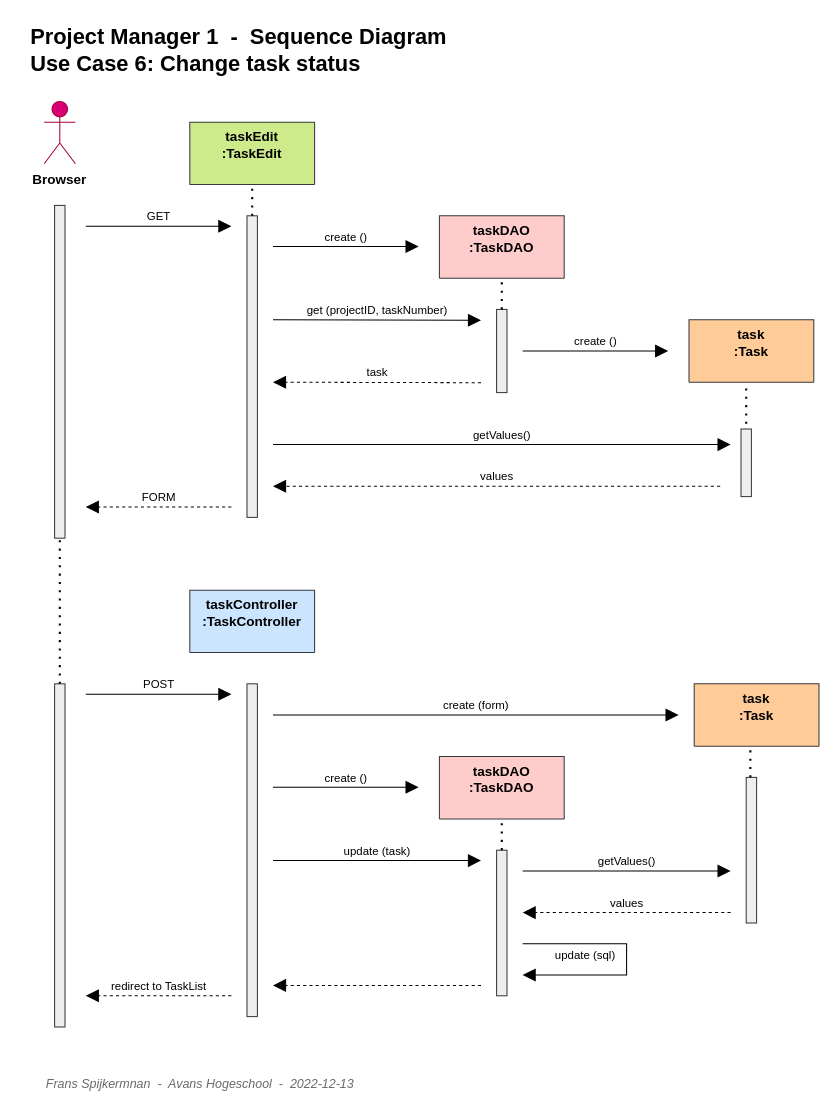
spijkerbak/project-manager-1 keeps this draw.io diagram as doc/Sequence_Diagram_6.drawio. Above is the earlier version. Source tidied: cells renumbered, new cells numbered last; positions are measured from the earlier drawing's top-left corner, leaving out a move shared by most shapes. Both pictures are drawn from the tidied source at 104%, with x=0, y=0 at pixel (28, 18).
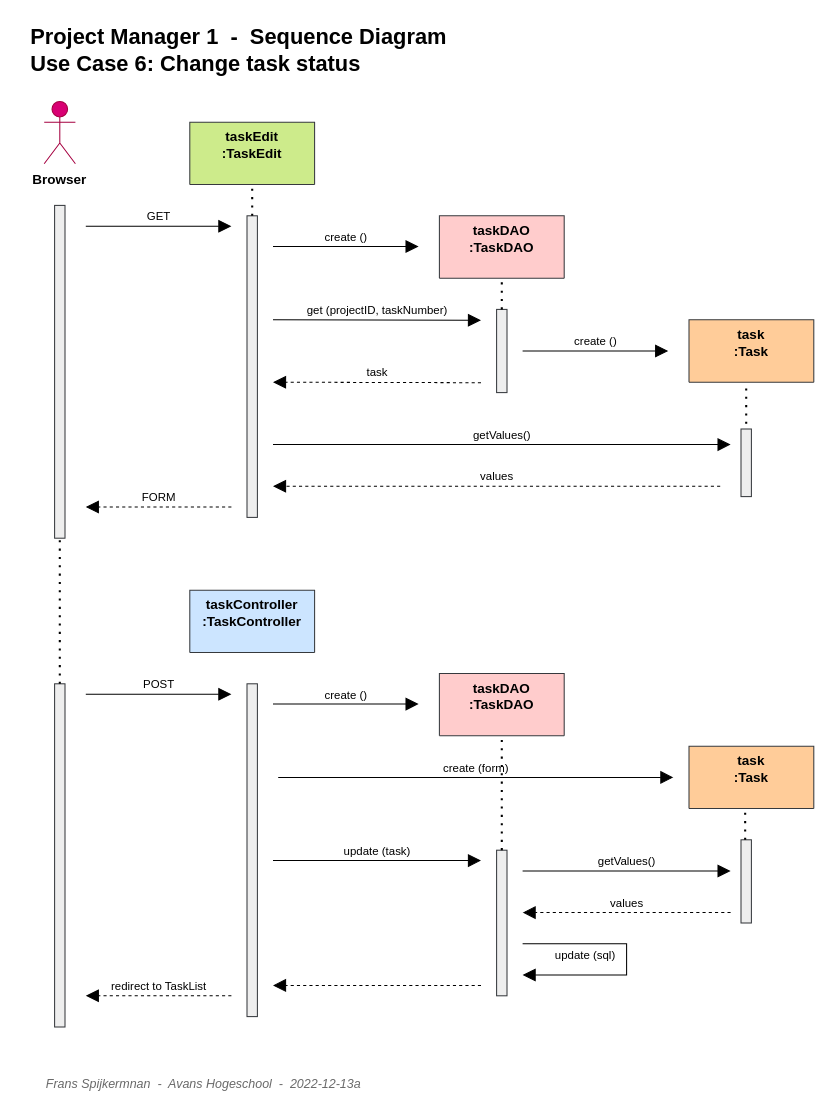
The same diagram, later.

Unchanged cells that the change refers to:
```xml
<mxCell id="34" style="html=1;points=[];perimeter=orthogonalPerimeter;fillColor=#eeeeee;strokeColor=#36393d;" parent="1" vertex="1">
  <mxGeometry x="450" y="800" width="10" height="140" as="geometry" />
</mxCell>
```

Change to the diagram source:
```diff
@@
     <mxCell id="28" value="task&#10;:Task" style="swimlane;fontStyle=1;align=center;verticalAlign=top;horizontal=1;startSize=60;rounded=0;shadow=0;strokeWidth=1;fillColor=#ffcc99;strokeColor=#36393d;fontSize=13;" parent="1" vertex="1">
-      <mxGeometry x="640" y="640" width="120" height="60" as="geometry" />
+      <mxGeometry x="635" y="700" width="120" height="60" as="geometry" />
     </mxCell>
     <mxCell id="29" value="create (form)" style="html=1;verticalAlign=bottom;endArrow=block;rounded=0;endSize=10;" parent="1" edge="1">
       <mxGeometry relative="1" as="geometry">
-        <mxPoint x="235" y="670" as="sourcePoint" />
-        <mxPoint x="625" y="670" as="targetPoint" />
+        <mxPoint x="240" y="730" as="sourcePoint" />
+        <mxPoint x="620" y="730" as="targetPoint" />
       </mxGeometry>
     </mxCell>
     <mxCell id="30" style="html=1;perimeter=orthogonalPerimeter;fillColor=#eeeeee;strokeColor=#36393d;" parent="1" vertex="1">
-      <mxGeometry x="690" y="730" width="10" height="140" as="geometry" />
+      <mxGeometry x="685" y="790" width="10" height="80" as="geometry" />
     </mxCell>
     <mxCell id="31" style="endArrow=none;dashed=1;html=1;dashPattern=1 3;strokeWidth=2;rounded=0;" parent="1" edge="1">
       <mxGeometry relative="1" as="geometry">
-        <mxPoint x="694" y="730" as="sourcePoint" />
-        <mxPoint x="694" y="700" as="targetPoint" />
+        <mxPoint x="689" y="790" as="sourcePoint" />
+        <mxPoint x="689" y="760" as="targetPoint" />
       </mxGeometry>
     </mxCell>
     <mxCell id="32" value="taskDAO&#10;:TaskDAO" style="swimlane;fontStyle=1;align=center;verticalAlign=top;horizontal=1;startSize=60;rounded=0;shadow=0;strokeWidth=1;fillColor=#ffcccc;strokeColor=#36393d;fontSize=13;" parent="1" vertex="1">
-      <mxGeometry x="395" y="710" width="120" height="60" as="geometry" />
+      <mxGeometry x="395" y="630" width="120" height="60" as="geometry" />
     </mxCell>
     <mxCell id="33" value="create ()" style="html=1;verticalAlign=bottom;endArrow=block;rounded=0;endSize=10;" parent="1" edge="1">
       <mxGeometry relative="1" as="geometry">
-        <mxPoint x="235" y="739.5" as="sourcePoint" />
-        <mxPoint x="375" y="739.5" as="targetPoint" />
+        <mxPoint x="235" y="659.5" as="sourcePoint" />
+        <mxPoint x="375" y="659.5" as="targetPoint" />
       </mxGeometry>
     </mxCell>
@@
-    <mxCell id="35" style="endArrow=none;dashed=1;html=1;dashPattern=1 3;strokeWidth=2;rounded=0;entryX=0.5;entryY=1;entryDx=0;entryDy=0;" parent="1" edge="1" source="34">
-      <mxGeometry relative="1" as="geometry">
-        <mxPoint x="455" y="770" as="targetPoint" />
-      </mxGeometry>
+    <mxCell id="35" style="endArrow=none;dashed=1;html=1;dashPattern=1 3;strokeWidth=2;rounded=0;" parent="1" edge="1" source="34" target="32">
+      <mxGeometry relative="1" as="geometry" />
     </mxCell>
@@
-    <mxCell id="42" value="Frans Spijkermnan&amp;nbsp; -&amp;nbsp; Avans Hogeschool&amp;nbsp; -&amp;nbsp; 2022-12-13" style="text;html=1;align=left;verticalAlign=middle;fontSize=12;fontStyle=2;labelBackgroundColor=none;fontColor=#696969;" parent="1" vertex="1">
-      <mxGeometry x="15" y="1010" width="320" height="30" as="geometry" />
+    <mxCell id="42" value="Frans Spijkermnan&amp;nbsp; -&amp;nbsp; Avans Hogeschool&amp;nbsp; -&amp;nbsp; 2022-12-13a" style="text;html=1;align=left;verticalAlign=middle;fontSize=12;fontStyle=2;labelBackgroundColor=none;fontColor=#696969;" parent="1" vertex="1">
+      <mxGeometry x="15" y="1010" width="330" height="30" as="geometry" />
     </mxCell>
```
